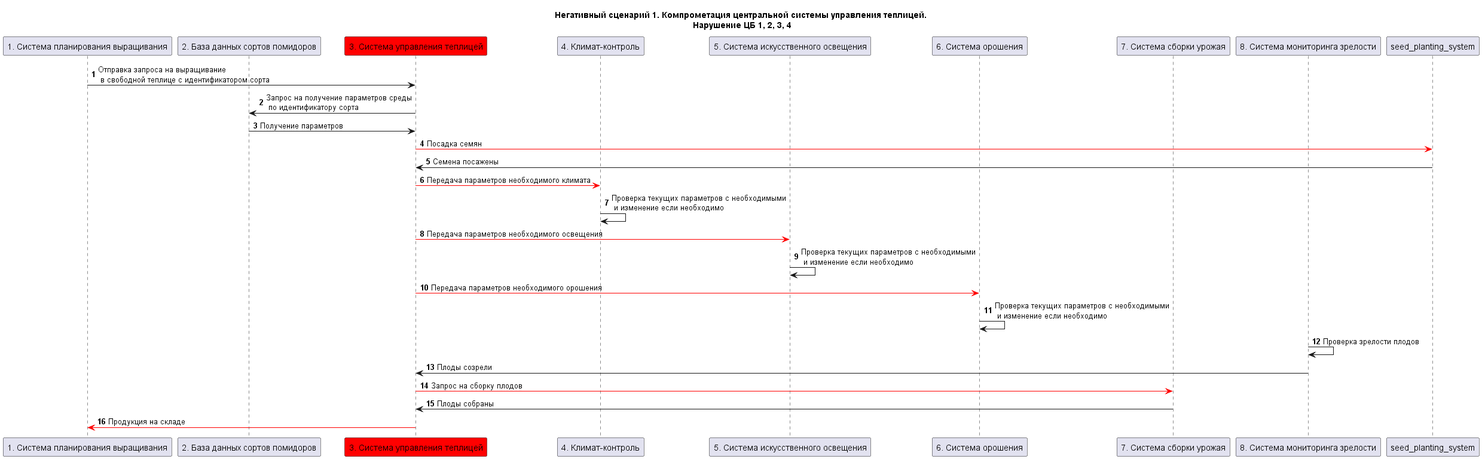
LibSyfer/CyberImmunity keeps this PlantUML diagram as KP/docs/img/ns/NS-1.png. Above is the earlier version.
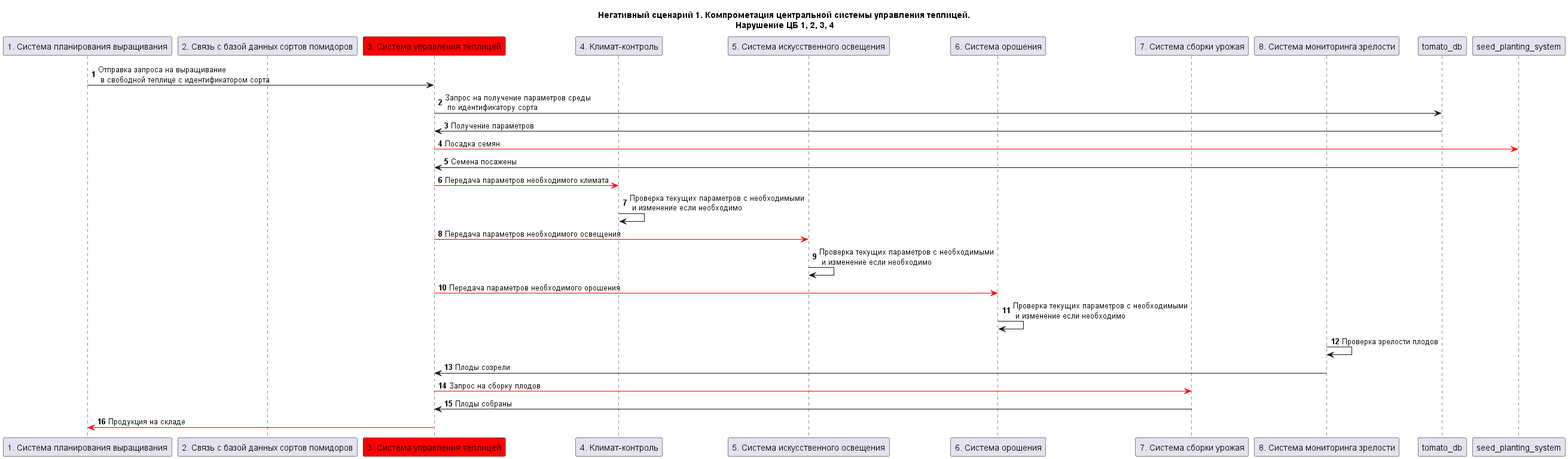
The same diagram one commit later.

Diff of the diagram source:
```diff
@@ -3,7 +3,7 @@
 title "Негативный сценарий 1. Компрометация центральной системы управления теплицей.\n Нарушение ЦБ 1, 2, 3, 4"
 
 participant "1. Система планирования выращивания" as growing_manager_system
-participant "2. База данных сортов помидоров" as tomato_db
+participant "2. Связь с базой данных сортов помидоров" as tomato_db_connection
 participant "3. Система управления теплицей" as greenhouse_manager_system #red
 participant "4. Климат-контроль" as climate_control
 participant "5. Система искусственного освещения" as lighting_system
```
